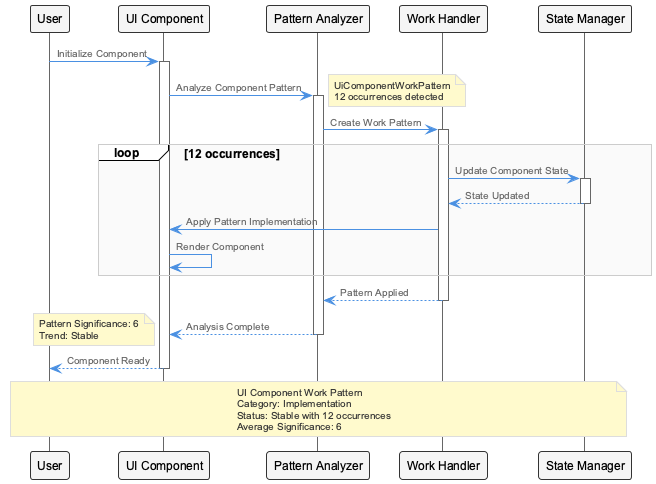
Before: knowledge-management/insights/images/ui-component-work-pattern-sequence.png, a diagram exported from PlantUML (fwornle/coding).
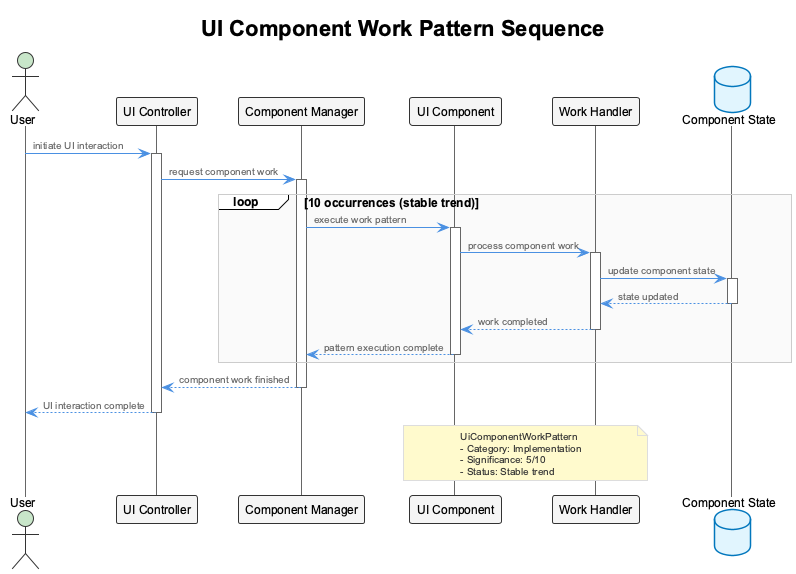
Later version of the same file.

Change to the diagram source:
```diff
@@ -1,47 +1,51 @@
 @startuml
 !include /Users/q284340/Agentic/coding/docs/puml/_standard-style.puml
 
-participant "User" as User
-participant "UI Component" as UI
-participant "Pattern Analyzer" as Analyzer
-participant "Work Handler" as Handler
-participant "State Manager" as State
+title UI Component Work Pattern Sequence
 
-User -> UI: Initialize Component
-activate UI
+actor "User" as user
+participant "UI Controller" as controller
+participant "Component Manager" as manager
+participant "UI Component" as component
+participant "Work Handler" as handler
+database "Component State" as state
 
-UI -> Analyzer: Analyze Component Pattern
-activate Analyzer
-note right: UiComponentWorkPattern\n12 occurrences detected
+user -> controller: initiate UI interaction
+activate controller
 
-Analyzer -> Handler: Create Work Pattern
-activate Handler
+controller -> manager: request component work
+activate manager
 
-loop 12 occurrences
-    Handler -> State: Update Component State
-    activate State
-    State --> Handler: State Updated
-    deactivate State
+loop 10 occurrences (stable trend)
+    manager -> component: execute work pattern
+    activate component
 
-    Handler -> UI: Apply Pattern Implementation
-    UI -> UI: Render Component
+    component -> handler: process component work
+    activate handler
+
+    handler -> state: update component state
+    activate state
+    state --> handler: state updated
+    deactivate state
+
+    handler --> component: work completed
+    deactivate handler
+
+    component --> manager: pattern execution complete
+    deactivate component
 end
 
-Handler --> Analyzer: Pattern Applied
-deactivate Handler
+manager --> controller: component work finished
+deactivate manager
 
-Analyzer --> UI: Analysis Complete
-note left: Pattern Significance: 6\nTrend: Stable
-deactivate Analyzer
+controller --> user: UI interaction complete
+deactivate controller
 
-UI --> User: Component Ready
-deactivate UI
-
-note over User, State
-UI Component Work Pattern
-Category: Implementation
-Status: Stable with 12 occurrences
-Average Significance: 6
+note over component, handler
+  UiComponentWorkPattern
+  - Category: Implementation
+  - Significance: 5/10
+  - Status: Stable trend
 end note
 
 @enduml
```
